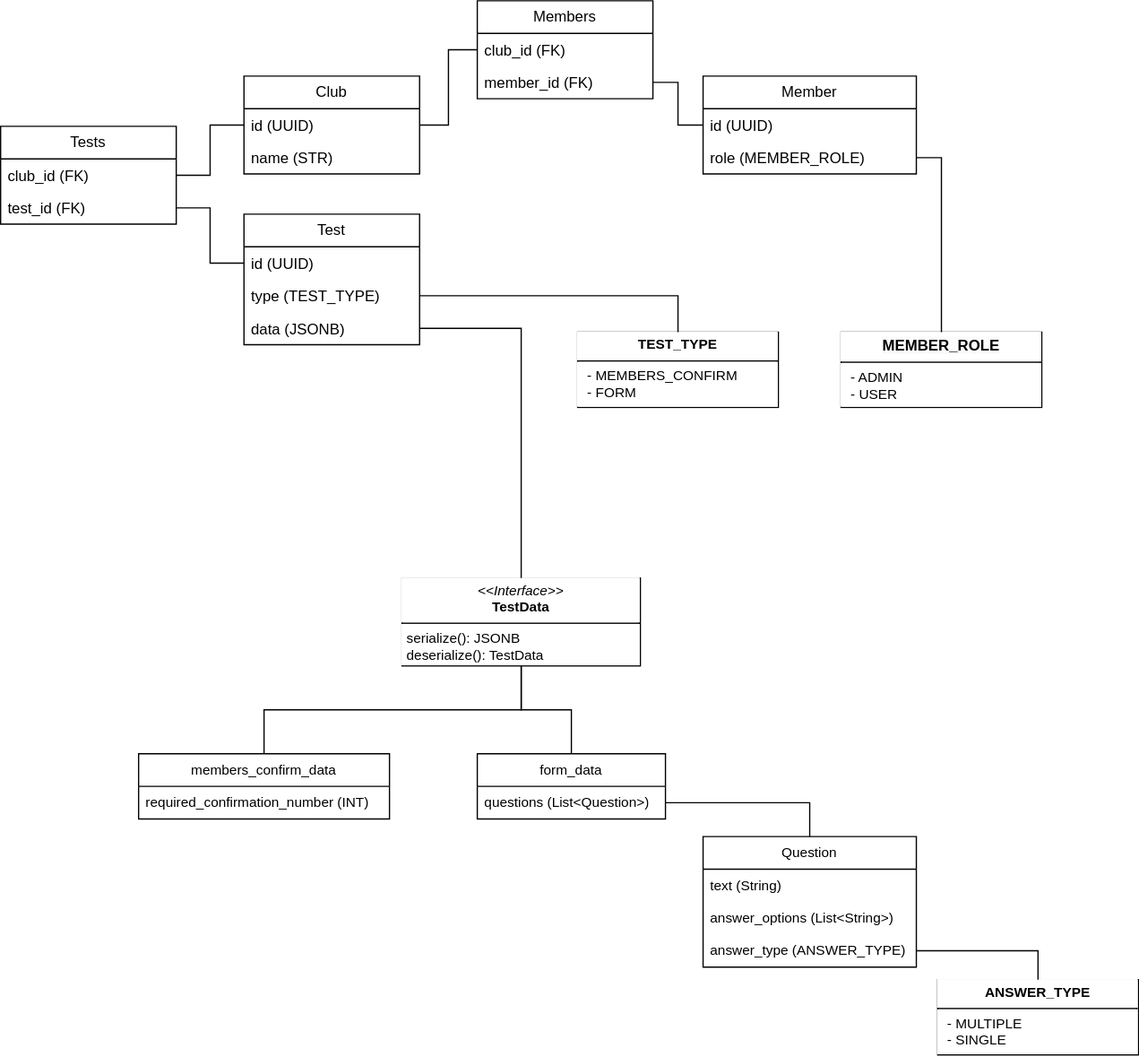
ru-random-walk/club-service keeps this draw.io diagram as doc/img/domain_model.drawio.svg. Above is the earlier version. Source tidied: cells renumbered, new cells last; positions are measured from the earlier drawing's top-left corner, leaving out a move shared by most shapes.
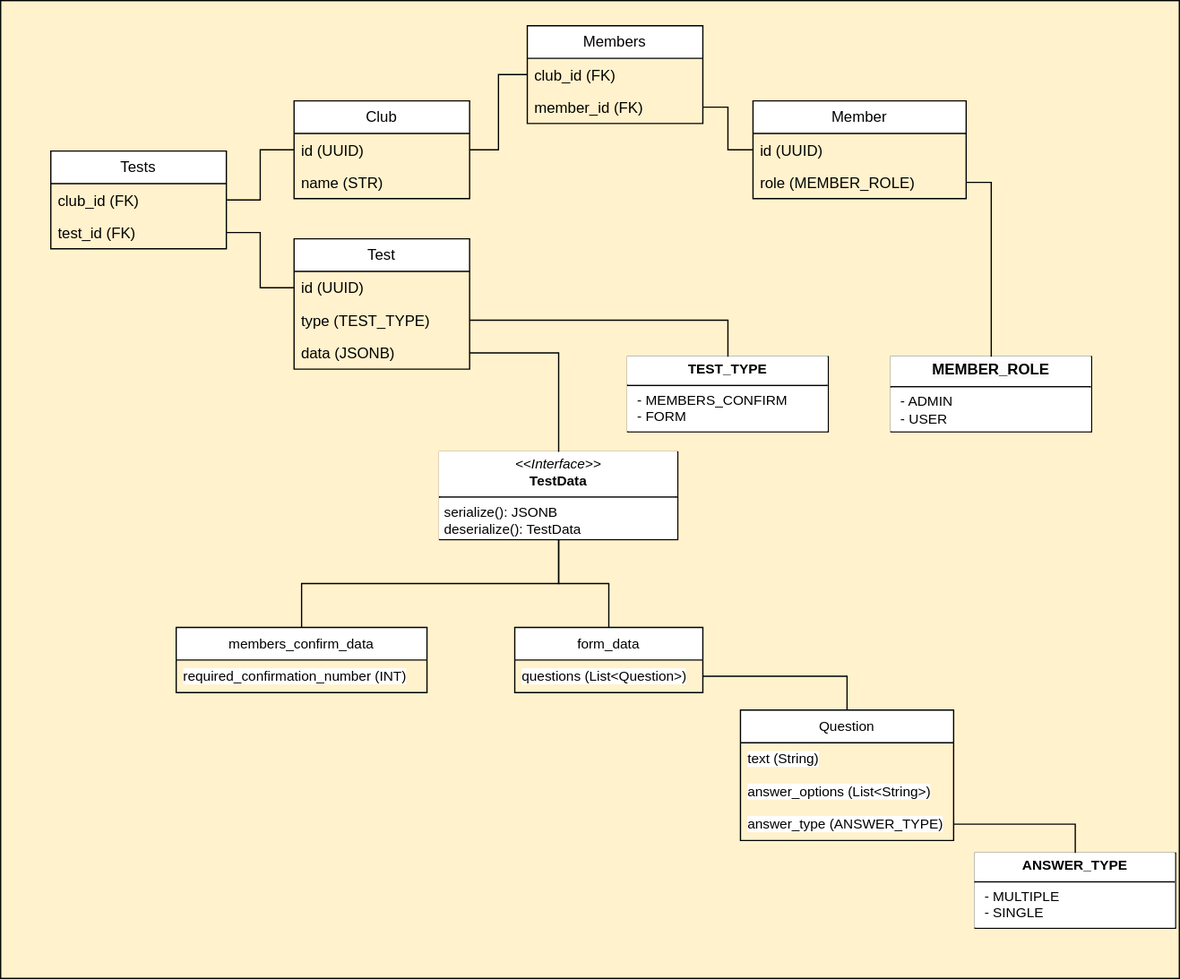
After the change.

Commit message:
RANDOMWALK-20: update domain style

What changed in the source:
```diff
@@ -2,10 +2,13 @@
   <root>
     <mxCell id="0" />
     <mxCell id="1" parent="0" />
+    <mxCell id="41" style="rounded=0;whiteSpace=wrap;html=1;fillColor=#FFF2CC;" parent="1" vertex="1">
+      <mxGeometry x="-40" y="-20" width="940" height="780" as="geometry" />
+    </mxCell>
     <mxCell id="2" style="edgeStyle=orthogonalEdgeStyle;shape=connector;rounded=0;jettySize=auto;html=1;strokeColor=default;align=center;verticalAlign=middle;fontFamily=Helvetica;fontSize=11;fontColor=default;labelBackgroundColor=default;endArrow=none;endFill=0;" parent="1" edge="1" source="3" target="6">
       <mxGeometry relative="1" as="geometry" />
     </mxCell>
-    <mxCell id="3" value="Club" style="swimlane;fontStyle=0;horizontal=1;startSize=26;fillColor=none;whiteSpace=wrap;html=1;" parent="1" vertex="1">
+    <mxCell id="3" value="Club" style="swimlane;fontStyle=0;horizontal=1;startSize=26;fillColor=default;whiteSpace=wrap;html=1;" parent="1" vertex="1">
       <mxGeometry x="194" y="60" width="140" height="78" as="geometry" />
     </mxCell>
     <mxCell id="4" value="id (UUID)" style="text;strokeColor=none;fillColor=none;align=left;verticalAlign=top;spacingLeft=4;spacingRight=4;overflow=hidden;points=[[0,0.5],[1,0.5]];portConstraint=eastwest;whiteSpace=wrap;html=1;" parent="3" vertex="1">
@@ -14,7 +17,7 @@
     <mxCell id="5" value="name (STR)" style="text;strokeColor=none;fillColor=none;align=left;verticalAlign=top;spacingLeft=4;spacingRight=4;overflow=hidden;whiteSpace=wrap;html=1;" parent="3" vertex="1">
       <mxGeometry y="52" width="140" height="26" as="geometry" />
     </mxCell>
-    <mxCell id="6" value="Tests" style="swimlane;fontStyle=0;horizontal=1;startSize=26;fillColor=none;whiteSpace=wrap;html=1;" parent="1" vertex="1">
+    <mxCell id="6" value="Tests" style="swimlane;fontStyle=0;horizontal=1;startSize=26;fillColor=default;whiteSpace=wrap;html=1;" parent="1" vertex="1">
       <mxGeometry y="100" width="140" height="78" as="geometry" />
     </mxCell>
     <mxCell id="7" value="club_id (FK)" style="text;strokeColor=none;fillColor=none;align=left;verticalAlign=top;spacingLeft=4;spacingRight=4;overflow=hidden;whiteSpace=wrap;html=1;" parent="6" vertex="1">
@@ -23,7 +26,7 @@
     <mxCell id="8" value="test_id (FK)" style="text;strokeColor=none;fillColor=none;align=left;verticalAlign=top;spacingLeft=4;spacingRight=4;overflow=hidden;points=[[0,0.5],[1,0.5]];portConstraint=eastwest;whiteSpace=wrap;html=1;" parent="6" vertex="1">
       <mxGeometry y="52" width="140" height="26" as="geometry" />
     </mxCell>
-    <mxCell id="9" value="Test" style="swimlane;fontStyle=0;horizontal=1;startSize=26;fillColor=none;whiteSpace=wrap;html=1;" parent="1" vertex="1">
+    <mxCell id="9" value="Test" style="swimlane;fontStyle=0;horizontal=1;startSize=26;fillColor=default;whiteSpace=wrap;html=1;" parent="1" vertex="1">
       <mxGeometry x="194" y="170" width="140" height="104" as="geometry" />
     </mxCell>
     <mxCell id="10" value="id (UUID)" style="text;strokeColor=none;fillColor=none;align=left;verticalAlign=top;spacingLeft=4;spacingRight=4;overflow=hidden;points=[[0,0.5],[1,0.5]];portConstraint=eastwest;whiteSpace=wrap;html=1;" parent="9" vertex="1">
@@ -50,8 +53,8 @@
     <mxCell id="17" style="edgeStyle=orthogonalEdgeStyle;shape=connector;rounded=0;jettySize=auto;html=1;exitX=1;exitY=0.5;exitDx=0;exitDy=0;entryX=0.5;entryY=0;entryDx=0;entryDy=0;strokeColor=default;align=center;verticalAlign=middle;fontFamily=Helvetica;fontSize=11;fontColor=default;labelBackgroundColor=default;endArrow=none;endFill=0;" parent="1" edge="1" source="40" target="15">
       <mxGeometry relative="1" as="geometry" />
     </mxCell>
-    <mxCell id="18" value="members_confirm_data" style="swimlane;fontStyle=0;horizontal=1;startSize=26;fillColor=none;whiteSpace=wrap;html=1;fontFamily=Helvetica;fontSize=11;fontColor=default;labelBackgroundColor=default;" parent="1" vertex="1">
-      <mxGeometry x="110" y="600" width="200" height="52" as="geometry" />
+    <mxCell id="18" value="members_confirm_data" style="swimlane;fontStyle=0;horizontal=1;startSize=26;fillColor=default;whiteSpace=wrap;html=1;fontFamily=Helvetica;fontSize=11;fontColor=default;labelBackgroundColor=default;" parent="1" vertex="1">
+      <mxGeometry x="100" y="480" width="200" height="52" as="geometry" />
     </mxCell>
     <mxCell id="19" value="required_confirmation_number (INT)" style="text;strokeColor=none;fillColor=none;align=left;verticalAlign=top;spacingLeft=4;spacingRight=4;overflow=hidden;whiteSpace=wrap;html=1;fontFamily=Helvetica;fontSize=11;fontColor=default;labelBackgroundColor=default;" parent="18" vertex="1">
       <mxGeometry y="26" width="200" height="26" as="geometry" />
@@ -63,16 +66,16 @@
       <mxGeometry relative="1" as="geometry" />
     </mxCell>
     <mxCell id="22" value="&lt;p style=&quot;margin:0px;margin-top:4px;text-align:center;&quot;&gt;&lt;i&gt;&amp;lt;&amp;lt;Interface&amp;gt;&amp;gt;&lt;/i&gt;&lt;br&gt;&lt;b&gt;TestData&lt;/b&gt;&lt;/p&gt;&lt;hr size=&quot;1&quot; style=&quot;border-style:solid;&quot;&gt;&lt;p style=&quot;margin:0px;margin-left:4px;&quot;&gt;serialize(): JSONB&lt;br&gt;&lt;/p&gt;&lt;p style=&quot;margin:0px;margin-left:4px;&quot;&gt;deserialize(): TestData&lt;br&gt;&lt;/p&gt;" style="verticalAlign=top;align=left;overflow=fill;html=1;whiteSpace=wrap;fontFamily=Helvetica;fontSize=11;fontColor=default;labelBackgroundColor=default;" parent="1" vertex="1">
-      <mxGeometry x="320" y="460" width="190" height="70" as="geometry" />
+      <mxGeometry x="310" y="340" width="190" height="70" as="geometry" />
     </mxCell>
-    <mxCell id="23" value="form_data" style="swimlane;fontStyle=0;horizontal=1;startSize=26;fillColor=none;whiteSpace=wrap;html=1;fontFamily=Helvetica;fontSize=11;fontColor=default;labelBackgroundColor=default;" parent="1" vertex="1">
-      <mxGeometry x="380" y="600" width="150" height="52" as="geometry" />
+    <mxCell id="23" value="form_data" style="swimlane;fontStyle=0;horizontal=1;startSize=26;fillColor=default;whiteSpace=wrap;html=1;fontFamily=Helvetica;fontSize=11;fontColor=default;labelBackgroundColor=default;" parent="1" vertex="1">
+      <mxGeometry x="370" y="480" width="150" height="52" as="geometry" />
     </mxCell>
     <mxCell id="24" value="questions (List&amp;lt;Question&amp;gt;)" style="text;strokeColor=none;fillColor=none;align=left;verticalAlign=top;spacingLeft=4;spacingRight=4;overflow=hidden;points=[[0,0.5],[1,0.5]];portConstraint=eastwest;whiteSpace=wrap;html=1;fontFamily=Helvetica;fontSize=11;fontColor=default;labelBackgroundColor=default;" parent="23" vertex="1">
       <mxGeometry y="26" width="150" height="26" as="geometry" />
     </mxCell>
-    <mxCell id="25" value="&lt;span style=&quot;text-align: left;&quot;&gt;Question&lt;/span&gt;" style="swimlane;fontStyle=0;horizontal=1;startSize=26;fillColor=none;whiteSpace=wrap;html=1;fontFamily=Helvetica;fontSize=11;fontColor=default;labelBackgroundColor=default;" parent="1" vertex="1">
-      <mxGeometry x="560" y="666" width="170" height="104" as="geometry" />
+    <mxCell id="25" value="&lt;span style=&quot;text-align: left;&quot;&gt;Question&lt;/span&gt;" style="swimlane;fontStyle=0;horizontal=1;startSize=26;fillColor=default;whiteSpace=wrap;html=1;fontFamily=Helvetica;fontSize=11;fontColor=default;labelBackgroundColor=default;" parent="1" vertex="1">
+      <mxGeometry x="550" y="546" width="170" height="104" as="geometry" />
     </mxCell>
     <mxCell id="26" value="text (String)" style="text;strokeColor=none;fillColor=none;align=left;verticalAlign=top;spacingLeft=4;spacingRight=4;overflow=hidden;whiteSpace=wrap;html=1;fontFamily=Helvetica;fontSize=11;fontColor=default;labelBackgroundColor=default;" parent="25" vertex="1">
       <mxGeometry y="26" width="170" height="26" as="geometry" />
@@ -84,7 +87,7 @@
       <mxGeometry y="78" width="170" height="26" as="geometry" />
     </mxCell>
     <mxCell id="29" value="&lt;p style=&quot;margin: 4px 0px 0px; text-align: center;&quot;&gt;&lt;span style=&quot;text-align: left;&quot;&gt;&lt;b&gt;ANSWER_TYPE&lt;/b&gt;&lt;/span&gt;&lt;br&gt;&lt;/p&gt;&lt;hr size=&quot;1&quot; style=&quot;border-style:solid;&quot;&gt;&lt;p style=&quot;margin:0px;margin-left:8px;&quot;&gt;- MULTIPLE&lt;/p&gt;&lt;p style=&quot;margin:0px;margin-left:8px;&quot;&gt;- SINGLE&lt;/p&gt;" style="verticalAlign=top;align=left;overflow=fill;html=1;whiteSpace=wrap;fontFamily=Helvetica;fontSize=11;fontColor=default;labelBackgroundColor=default;" parent="1" vertex="1">
-      <mxGeometry x="747" y="780" width="160" height="60" as="geometry" />
+      <mxGeometry x="737" y="660" width="160" height="60" as="geometry" />
     </mxCell>
     <mxCell id="30" style="edgeStyle=orthogonalEdgeStyle;shape=connector;rounded=0;jettySize=auto;html=1;exitX=1;exitY=0.5;exitDx=0;exitDy=0;entryX=0.5;entryY=0;entryDx=0;entryDy=0;strokeColor=default;align=center;verticalAlign=middle;fontFamily=Helvetica;fontSize=11;fontColor=default;labelBackgroundColor=default;endArrow=none;endFill=0;" parent="1" edge="1" source="24" target="25">
       <mxGeometry relative="1" as="geometry" />
@@ -95,7 +98,7 @@
     <mxCell id="32" style="edgeStyle=orthogonalEdgeStyle;shape=connector;rounded=0;jettySize=auto;html=1;exitX=1;exitY=0.5;exitDx=0;exitDy=0;strokeColor=default;align=center;verticalAlign=middle;fontFamily=Helvetica;fontSize=11;fontColor=default;labelBackgroundColor=default;endArrow=none;endFill=0;" parent="1" edge="1" source="12" target="22">
       <mxGeometry relative="1" as="geometry" />
     </mxCell>
-    <mxCell id="33" value="Members" style="swimlane;fontStyle=0;horizontal=1;startSize=26;fillColor=none;whiteSpace=wrap;html=1;" parent="1" vertex="1">
+    <mxCell id="33" value="Members" style="swimlane;fontStyle=0;horizontal=1;startSize=26;fillColor=default;whiteSpace=wrap;html=1;" parent="1" vertex="1">
       <mxGeometry x="380" width="140" height="78" as="geometry" />
     </mxCell>
     <mxCell id="34" value="club_id (FK)" style="text;strokeColor=none;fillColor=none;align=left;verticalAlign=top;spacingLeft=4;spacingRight=4;overflow=hidden;points=[[0,0.5],[1,0.5]];portConstraint=eastwest;whiteSpace=wrap;html=1;" parent="33" vertex="1">
@@ -110,7 +113,7 @@
     <mxCell id="37" style="edgeStyle=orthogonalEdgeStyle;rounded=0;jettySize=auto;html=1;exitX=1;exitY=0.5;exitDx=0;exitDy=0;endArrow=none;endFill=0;" parent="1" edge="1" source="35" target="39">
       <mxGeometry relative="1" as="geometry" />
     </mxCell>
-    <mxCell id="38" value="Member" style="swimlane;fontStyle=0;horizontal=1;startSize=26;fillColor=none;whiteSpace=wrap;html=1;" parent="1" vertex="1">
+    <mxCell id="38" value="Member" style="swimlane;fontStyle=0;horizontal=1;startSize=26;fillColor=default;whiteSpace=wrap;html=1;" parent="1" vertex="1">
       <mxGeometry x="560" y="60" width="170" height="78" as="geometry" />
     </mxCell>
     <mxCell id="39" value="id (UUID)" style="text;strokeColor=none;fillColor=none;align=left;verticalAlign=top;spacingLeft=4;spacingRight=4;overflow=hidden;points=[[0,0.5],[1,0.5]];portConstraint=eastwest;whiteSpace=wrap;html=1;" parent="38" vertex="1">
```
